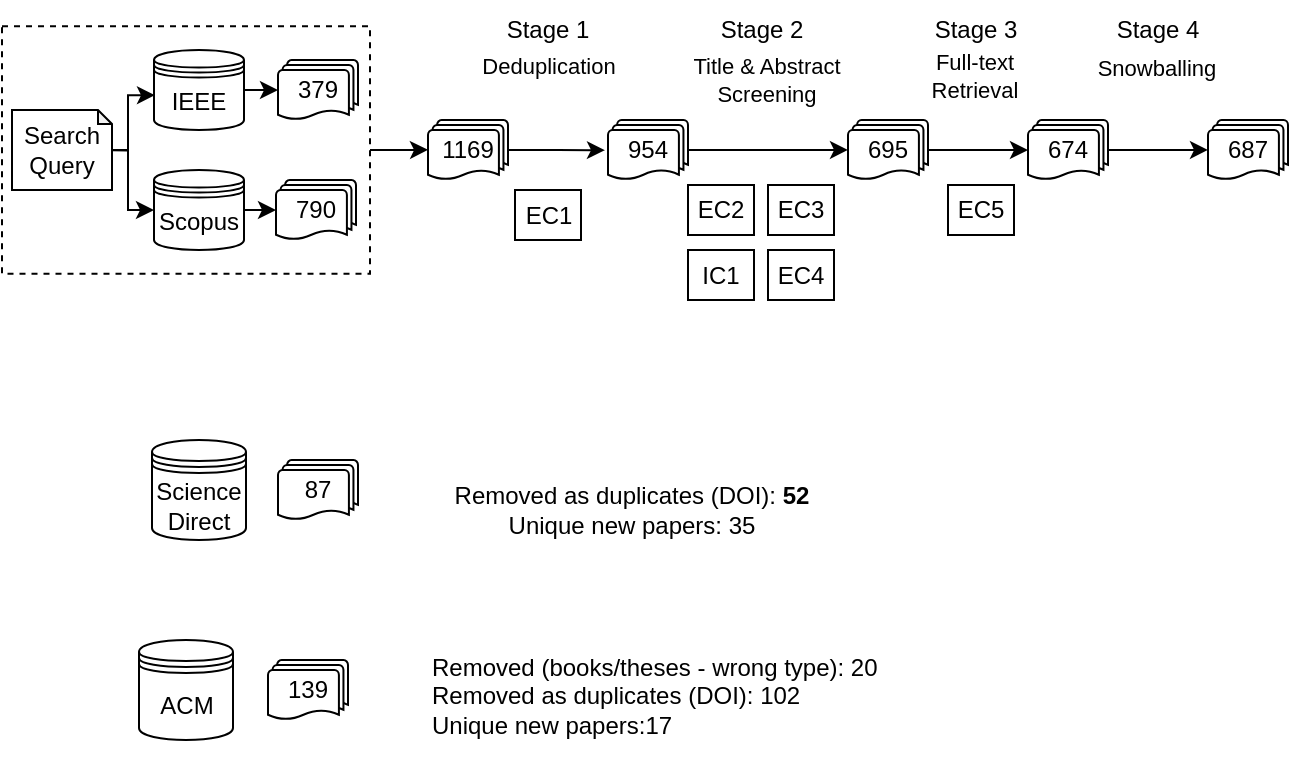
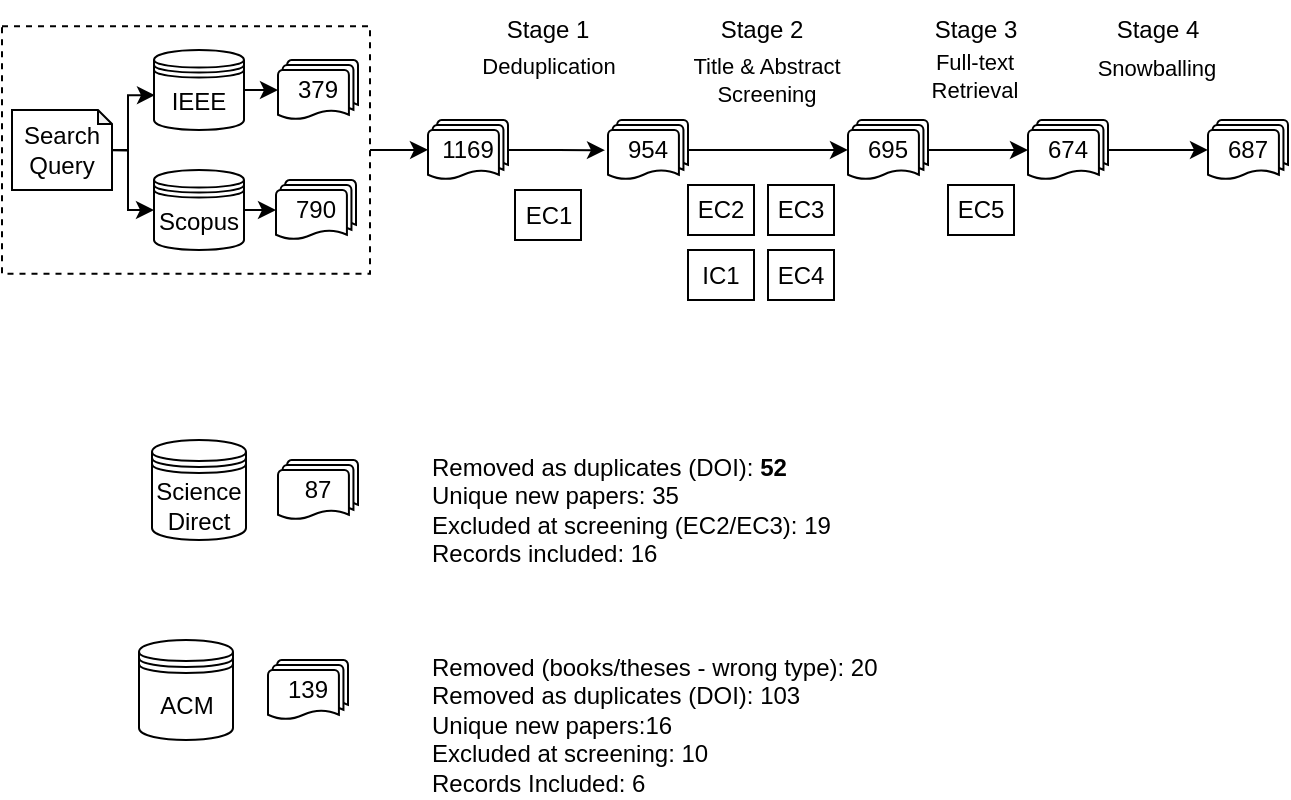
<mxfile host="app.diagrams.net" agent="Mozilla/5.0 (Windows NT 10.0; Win64; x64) AppleWebKit/537.36 (KHTML, like Gecko) Chrome/145.0.0.0 Safari/537.36">
  <diagram name="Page-1" id="EPD-pxOS8JDJHKGQRMdU">
-     <mxGraphModel dx="686" dy="367" grid="1" gridSize="10" guides="1" tooltips="1" connect="1" arrows="1" fold="1" page="1" pageScale="1" pageWidth="850" pageHeight="1100" math="0" shadow="0">
+     <mxGraphModel dx="1201" dy="643" grid="1" gridSize="10" guides="1" tooltips="1" connect="1" arrows="1" fold="1" page="1" pageScale="1" pageWidth="850" pageHeight="1100" math="0" shadow="0">
      <root>
        <mxCell id="0" />
        <mxCell id="1" parent="0" />
        <mxCell id="lcWgrL02LOkPsSpJKyJC-1" edge="1" parent="1" source="lcWgrL02LOkPsSpJKyJC-2" style="edgeStyle=orthogonalEdgeStyle;rounded=0;orthogonalLoop=1;jettySize=auto;html=1;">
          <mxGeometry relative="1" as="geometry">
            <mxPoint x="360" y="204.87" as="targetPoint" />
          </mxGeometry>
        </mxCell>
        <mxCell id="lcWgrL02LOkPsSpJKyJC-2" parent="1" style="rounded=0;whiteSpace=wrap;html=1;dashed=1;movable=1;resizable=1;rotatable=1;deletable=1;editable=1;locked=0;connectable=1;" value="" vertex="1">
          <mxGeometry height="123.75" width="184" x="147" y="143.12" as="geometry" />
        </mxCell>
        <mxCell id="lcWgrL02LOkPsSpJKyJC-3" edge="1" parent="1" source="lcWgrL02LOkPsSpJKyJC-4" style="edgeStyle=orthogonalEdgeStyle;rounded=0;orthogonalLoop=1;jettySize=auto;html=1;entryX=0.011;entryY=0.565;entryDx=0;entryDy=0;entryPerimeter=0;" target="lcWgrL02LOkPsSpJKyJC-6">
          <mxGeometry relative="1" as="geometry">
            <Array as="points">
              <mxPoint x="210" y="205" />
              <mxPoint x="210" y="178" />
            </Array>
          </mxGeometry>
        </mxCell>
        <mxCell id="lcWgrL02LOkPsSpJKyJC-4" parent="1" style="shape=note;whiteSpace=wrap;html=1;backgroundOutline=1;darkOpacity=0.05;size=7;" value="Search&lt;div&gt;Query&lt;/div&gt;" vertex="1">
          <mxGeometry height="40" width="50" x="152" y="185" as="geometry" />
        </mxCell>
        <mxCell id="lcWgrL02LOkPsSpJKyJC-5" parent="1" style="shape=datastore;whiteSpace=wrap;html=1;" value="Scopus" vertex="1">
          <mxGeometry height="40" width="45" x="223" y="215" as="geometry" />
        </mxCell>
        <mxCell id="lcWgrL02LOkPsSpJKyJC-6" parent="1" style="shape=datastore;whiteSpace=wrap;html=1;" value="IEEE" vertex="1">
          <mxGeometry height="40" width="45" x="223" y="155" as="geometry" />
        </mxCell>
        <mxCell id="lcWgrL02LOkPsSpJKyJC-7" edge="1" parent="1" source="lcWgrL02LOkPsSpJKyJC-4" style="edgeStyle=orthogonalEdgeStyle;rounded=0;orthogonalLoop=1;jettySize=auto;html=1;entryX=0;entryY=0.5;entryDx=0;entryDy=0;exitX=1;exitY=0.504;exitDx=0;exitDy=0;exitPerimeter=0;" target="lcWgrL02LOkPsSpJKyJC-5">
          <mxGeometry relative="1" as="geometry">
            <Array as="points">
              <mxPoint x="210" y="205" />
              <mxPoint x="210" y="235" />
            </Array>
            <mxPoint x="170" y="205" as="sourcePoint" />
          </mxGeometry>
        </mxCell>
        <mxCell id="lcWgrL02LOkPsSpJKyJC-8" parent="1" style="strokeWidth=1;html=1;shape=mxgraph.flowchart.multi-document;whiteSpace=wrap;" value="790" vertex="1">
          <mxGeometry height="30" width="40" x="284" y="220" as="geometry" />
        </mxCell>
        <mxCell id="lcWgrL02LOkPsSpJKyJC-9" parent="1" style="strokeWidth=1;html=1;shape=mxgraph.flowchart.multi-document;whiteSpace=wrap;" value="379" vertex="1">
          <mxGeometry height="30" width="40" x="285" y="160" as="geometry" />
        </mxCell>
        <mxCell id="lcWgrL02LOkPsSpJKyJC-12" edge="1" parent="1" source="lcWgrL02LOkPsSpJKyJC-14" style="edgeStyle=orthogonalEdgeStyle;rounded=0;orthogonalLoop=1;jettySize=auto;html=1;entryX=-0.038;entryY=0.504;entryDx=0;entryDy=0;entryPerimeter=0;" target="lcWgrL02LOkPsSpJKyJC-17">
          <mxGeometry relative="1" as="geometry">
            <mxPoint x="470" y="205" as="targetPoint" />
          </mxGeometry>
        </mxCell>
        <mxCell id="lcWgrL02LOkPsSpJKyJC-13" connectable="0" parent="lcWgrL02LOkPsSpJKyJC-12" style="edgeLabel;html=1;align=center;verticalAlign=middle;resizable=0;points=[];" value="Deduplication" vertex="1">
          <mxGeometry relative="1" x="-0.0065" y="-1" as="geometry">
            <mxPoint x="-4" y="-43" as="offset" />
          </mxGeometry>
        </mxCell>
        <mxCell id="lcWgrL02LOkPsSpJKyJC-14" parent="1" style="strokeWidth=1;html=1;shape=mxgraph.flowchart.multi-document;whiteSpace=wrap;" value="1169" vertex="1">
          <mxGeometry height="30" width="40" x="360" y="190" as="geometry" />
        </mxCell>
        <mxCell id="lcWgrL02LOkPsSpJKyJC-15" edge="1" parent="1" source="lcWgrL02LOkPsSpJKyJC-17" style="edgeStyle=orthogonalEdgeStyle;rounded=0;orthogonalLoop=1;jettySize=auto;html=1;entryX=0;entryY=0.5;entryDx=0;entryDy=0;entryPerimeter=0;" target="lcWgrL02LOkPsSpJKyJC-19">
          <mxGeometry relative="1" as="geometry">
            <Array as="points" />
            <mxPoint x="570" y="205.00000000000006" as="targetPoint" />
          </mxGeometry>
        </mxCell>
        <mxCell id="lcWgrL02LOkPsSpJKyJC-16" connectable="0" parent="lcWgrL02LOkPsSpJKyJC-15" style="edgeLabel;html=1;align=center;verticalAlign=middle;resizable=0;points=[];" value="Title &amp;amp; Abstract&lt;div&gt;Screening&lt;/div&gt;" vertex="1">
          <mxGeometry relative="1" x="-0.1294" y="-1" as="geometry">
            <mxPoint x="4" y="-36" as="offset" />
          </mxGeometry>
        </mxCell>
        <mxCell id="lcWgrL02LOkPsSpJKyJC-17" parent="1" style="strokeWidth=1;html=1;shape=mxgraph.flowchart.multi-document;whiteSpace=wrap;" value="954" vertex="1">
          <mxGeometry height="30" width="40" x="450" y="189.99" as="geometry" />
        </mxCell>
        <mxCell id="lcWgrL02LOkPsSpJKyJC-18" parent="1" style="rounded=0;whiteSpace=wrap;html=1;" value="EC1" vertex="1">
          <mxGeometry height="25" width="33" x="403.5" y="225" as="geometry" />
        </mxCell>
        <mxCell id="lcWgrL02LOkPsSpJKyJC-19" parent="1" style="strokeWidth=1;html=1;shape=mxgraph.flowchart.multi-document;whiteSpace=wrap;" value="695" vertex="1">
          <mxGeometry height="30" width="40" x="570" y="189.99" as="geometry" />
        </mxCell>
        <mxCell id="lcWgrL02LOkPsSpJKyJC-20" parent="1" style="rounded=0;whiteSpace=wrap;html=1;" value="EC2" vertex="1">
          <mxGeometry height="25" width="33" x="490" y="222.5" as="geometry" />
        </mxCell>
        <mxCell id="lcWgrL02LOkPsSpJKyJC-21" parent="1" style="rounded=0;whiteSpace=wrap;html=1;" value="EC3" vertex="1">
          <mxGeometry height="25" width="33" x="530" y="222.5" as="geometry" />
        </mxCell>
        <mxCell id="lcWgrL02LOkPsSpJKyJC-22" parent="1" style="rounded=0;whiteSpace=wrap;html=1;" value="EC4" vertex="1">
          <mxGeometry height="25" width="33" x="530" y="255" as="geometry" />
        </mxCell>
        <mxCell id="3dYulXDm6Khn9t_g3C1X-1" edge="1" parent="1" source="lcWgrL02LOkPsSpJKyJC-23" style="edgeStyle=orthogonalEdgeStyle;rounded=0;orthogonalLoop=1;jettySize=auto;html=1;entryX=0;entryY=0.5;entryDx=0;entryDy=0;entryPerimeter=0;" target="3dYulXDm6Khn9t_g3C1X-2">
          <mxGeometry relative="1" as="geometry">
            <mxPoint x="850" y="205" as="targetPoint" />
          </mxGeometry>
        </mxCell>
        <mxCell id="3dYulXDm6Khn9t_g3C1X-3" connectable="0" parent="3dYulXDm6Khn9t_g3C1X-1" style="edgeLabel;html=1;align=center;verticalAlign=middle;resizable=0;points=[];" value="Snowballing" vertex="1">
          <mxGeometry relative="1" x="-0.0421" as="geometry">
            <mxPoint y="-41" as="offset" />
          </mxGeometry>
        </mxCell>
        <mxCell id="lcWgrL02LOkPsSpJKyJC-23" parent="1" style="strokeWidth=1;html=1;shape=mxgraph.flowchart.multi-document;whiteSpace=wrap;" value="674" vertex="1">
          <mxGeometry height="30" width="40" x="660" y="190" as="geometry" />
        </mxCell>
        <mxCell id="lcWgrL02LOkPsSpJKyJC-24" edge="1" parent="1" source="lcWgrL02LOkPsSpJKyJC-19" style="edgeStyle=orthogonalEdgeStyle;rounded=0;orthogonalLoop=1;jettySize=auto;html=1;entryX=0;entryY=0.5;entryDx=0;entryDy=0;entryPerimeter=0;" target="lcWgrL02LOkPsSpJKyJC-23">
          <mxGeometry relative="1" as="geometry" />
        </mxCell>
        <mxCell id="lcWgrL02LOkPsSpJKyJC-25" connectable="0" parent="lcWgrL02LOkPsSpJKyJC-24" style="edgeLabel;html=1;align=center;verticalAlign=middle;resizable=0;points=[];" value="Full-text&lt;div&gt;Retrieval&lt;/div&gt;" vertex="1">
          <mxGeometry relative="1" x="-0.1099" y="1" as="geometry">
            <mxPoint y="-36" as="offset" />
          </mxGeometry>
        </mxCell>
        <mxCell id="lcWgrL02LOkPsSpJKyJC-26" parent="1" style="rounded=0;whiteSpace=wrap;html=1;" value="EC5" vertex="1">
          <mxGeometry height="25" width="33" x="620" y="222.5" as="geometry" />
        </mxCell>
        <mxCell id="lcWgrL02LOkPsSpJKyJC-27" parent="1" style="rounded=0;whiteSpace=wrap;html=1;" value="IC1" vertex="1">
          <mxGeometry height="25" width="33" x="490" y="255" as="geometry" />
        </mxCell>
        <mxCell id="lcWgrL02LOkPsSpJKyJC-28" parent="1" style="text;html=1;whiteSpace=wrap;strokeColor=none;fillColor=none;align=center;verticalAlign=middle;rounded=0;" value="Stage 1" vertex="1">
          <mxGeometry height="30" width="60" x="390" y="130" as="geometry" />
        </mxCell>
        <mxCell id="lcWgrL02LOkPsSpJKyJC-29" parent="1" style="text;html=1;whiteSpace=wrap;strokeColor=none;fillColor=none;align=center;verticalAlign=middle;rounded=0;" value="Stage 2" vertex="1">
          <mxGeometry height="30" width="60" x="497" y="130" as="geometry" />
        </mxCell>
        <mxCell id="lcWgrL02LOkPsSpJKyJC-30" parent="1" style="text;html=1;whiteSpace=wrap;strokeColor=none;fillColor=none;align=center;verticalAlign=middle;rounded=0;" value="Stage 3" vertex="1">
          <mxGeometry height="30" width="60" x="604" y="130" as="geometry" />
        </mxCell>
        <mxCell id="3dYulXDm6Khn9t_g3C1X-2" parent="1" style="strokeWidth=1;html=1;shape=mxgraph.flowchart.multi-document;whiteSpace=wrap;" value="687" vertex="1">
          <mxGeometry height="30" width="40" x="750" y="189.99" as="geometry" />
        </mxCell>
        <mxCell id="3dYulXDm6Khn9t_g3C1X-7" parent="1" style="text;html=1;whiteSpace=wrap;strokeColor=none;fillColor=none;align=center;verticalAlign=middle;rounded=0;" value="Stage 4" vertex="1">
          <mxGeometry height="30" width="60" x="695" y="130" as="geometry" />
        </mxCell>
        <mxCell id="3dYulXDm6Khn9t_g3C1X-10" edge="1" parent="1" source="lcWgrL02LOkPsSpJKyJC-5" style="edgeStyle=orthogonalEdgeStyle;rounded=0;orthogonalLoop=1;jettySize=auto;html=1;entryX=0;entryY=0.5;entryDx=0;entryDy=0;entryPerimeter=0;" target="lcWgrL02LOkPsSpJKyJC-8">
          <mxGeometry relative="1" as="geometry">
            <Array as="points">
              <mxPoint x="260" y="235" />
              <mxPoint x="260" y="235" />
            </Array>
          </mxGeometry>
        </mxCell>
        <mxCell id="3dYulXDm6Khn9t_g3C1X-11" edge="1" parent="1" source="lcWgrL02LOkPsSpJKyJC-6" style="edgeStyle=orthogonalEdgeStyle;rounded=0;orthogonalLoop=1;jettySize=auto;html=1;entryX=0;entryY=0.5;entryDx=0;entryDy=0;entryPerimeter=0;" target="lcWgrL02LOkPsSpJKyJC-9">
          <mxGeometry relative="1" as="geometry">
            <Array as="points">
              <mxPoint x="285" y="175" />
            </Array>
          </mxGeometry>
        </mxCell>
        <mxCell id="3dYulXDm6Khn9t_g3C1X-12" edge="1" parent="1" source="lcWgrL02LOkPsSpJKyJC-22" style="edgeStyle=orthogonalEdgeStyle;rounded=0;orthogonalLoop=1;jettySize=auto;html=1;exitX=0.5;exitY=1;exitDx=0;exitDy=0;" target="lcWgrL02LOkPsSpJKyJC-22">
          <mxGeometry relative="1" as="geometry" />
        </mxCell>
        <mxCell id="uM7LAKjQwFEnnQu7Dd1V-1" parent="1" style="shape=datastore;whiteSpace=wrap;html=1;" value="Science&lt;div&gt;Direct&lt;/div&gt;" vertex="1">
          <mxGeometry height="50" width="47" x="222" y="350" as="geometry" />
        </mxCell>
        <mxCell id="uM7LAKjQwFEnnQu7Dd1V-2" parent="1" style="strokeWidth=1;html=1;shape=mxgraph.flowchart.multi-document;whiteSpace=wrap;" value="87" vertex="1">
          <mxGeometry height="30" width="40" x="285" y="360" as="geometry" />
        </mxCell>
-         <mxCell id="uM7LAKjQwFEnnQu7Dd1V-3" parent="1" style="text;html=1;whiteSpace=wrap;strokeColor=none;fillColor=none;align=center;verticalAlign=middle;rounded=0;" value="Removed as duplicates (DOI): &lt;strong&gt;52&lt;/strong&gt;&lt;div&gt;Unique new papers: 35&lt;strong&gt;&lt;/strong&gt;&lt;/div&gt;" vertex="1">
-           <mxGeometry height="30" width="183.5" x="370" y="370" as="geometry" />
+         <mxCell id="uM7LAKjQwFEnnQu7Dd1V-3" parent="1" style="text;html=1;whiteSpace=wrap;strokeColor=none;fillColor=none;align=left;verticalAlign=middle;rounded=0;" value="Removed as duplicates (DOI): &lt;strong&gt;52&lt;/strong&gt;&lt;div&gt;Unique new papers: 35&lt;strong&gt;&lt;/strong&gt;&lt;/div&gt;&lt;div&gt;&lt;div&gt;Excluded at screening (EC2/EC3): 19&lt;/div&gt;&lt;div&gt;Records included: 16&lt;/div&gt;&lt;/div&gt;" vertex="1">
+           <mxGeometry height="30" width="230" x="360" y="370" as="geometry" />
        </mxCell>
        <mxCell id="uM7LAKjQwFEnnQu7Dd1V-5" parent="1" style="shape=datastore;whiteSpace=wrap;html=1;" value="ACM" vertex="1">
          <mxGeometry height="50" width="47" x="215.5" y="450" as="geometry" />
        </mxCell>
        <mxCell id="uM7LAKjQwFEnnQu7Dd1V-6" parent="1" style="strokeWidth=1;html=1;shape=mxgraph.flowchart.multi-document;whiteSpace=wrap;" value="139" vertex="1">
          <mxGeometry height="30" width="40" x="280" y="460" as="geometry" />
        </mxCell>
-         <mxCell id="uM7LAKjQwFEnnQu7Dd1V-7" parent="1" style="text;whiteSpace=wrap;html=1;" value="Removed (books/theses - wrong type): 20
- &#xa;Removed as duplicates (DOI): 102
- &#xa;Unique new papers:17" vertex="1">
+         <mxCell id="uM7LAKjQwFEnnQu7Dd1V-7" parent="1" style="text;whiteSpace=wrap;html=1;" value="Removed (books/theses - wrong type): 20 &lt;br&gt;Removed as duplicates (DOI): 103&lt;br&gt;Unique new papers:16&lt;div&gt;Excluded at screening: 10&lt;/div&gt;&lt;div&gt;Records Included: 6&lt;/div&gt;" vertex="1">
          <mxGeometry height="70" width="260" x="360" y="450" as="geometry" />
        </mxCell>
      </root>
    </mxGraphModel>
  </diagram>
</mxfile>
